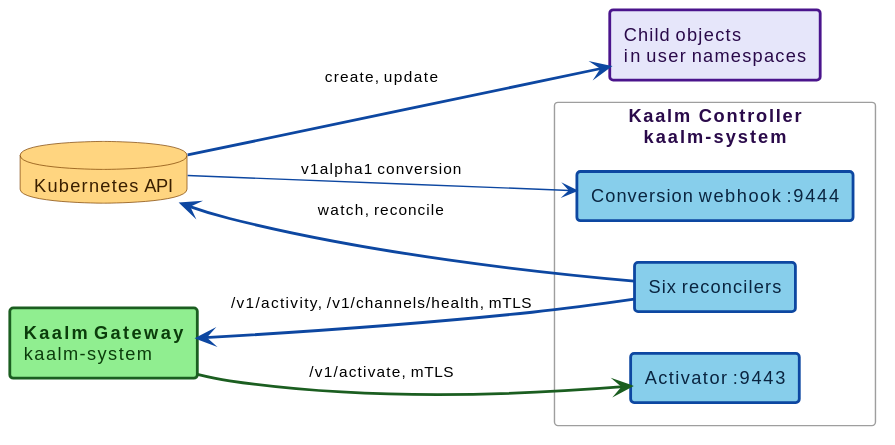
Earlier version of the PlantUML export docs/src/diagrams/system-control-plane.svg (win07xp/kaalm). Source of this version:
```plantuml
@startuml
!include _style.puml
left to right direction

rectangle "**Kaalm Controller**\nkaalm-system" as ctrl {
  rectangle "Six reconcilers" as recs #back:87CEEB;line:0D47A1;line.bold;text:0a2540
  rectangle "Activator :9443" as activator #back:87CEEB;line:0D47A1;line.bold;text:0a2540
  rectangle "Conversion webhook :9444" as conv #back:87CEEB;line:0D47A1;line.bold;text:0a2540
}
database "Kubernetes API" as apiserver
rectangle "Child objects\nin user namespaces" as users #back:E6E6FA;line:4A148C;line.bold;text:2a0a4a
rectangle "**Kaalm Gateway**\nkaalm-system" as gw #back:90EE90;line:1B5E20;line.bold;text:0b3d0b

recs -[#0D47A1,bold]-> apiserver : watch, reconcile
apiserver -[#0D47A1,bold]-> users : create, update
apiserver -[#0D47A1]-> conv : v1alpha1 conversion
gw -[#1B5E20,bold]-> activator : /v1/activate, mTLS
recs -[#0D47A1,bold]-> gw : /v1/activity, /v1/channels/health, mTLS
@enduml
```
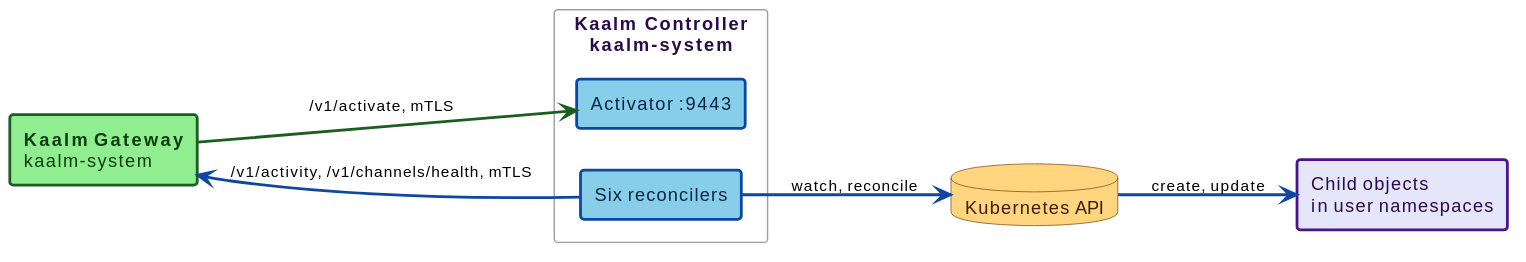
Above is the later version.

Change to the diagram source:
```diff
@@ -5,7 +5,6 @@
 rectangle "**Kaalm Controller**\nkaalm-system" as ctrl {
   rectangle "Six reconcilers" as recs #back:87CEEB;line:0D47A1;line.bold;text:0a2540
   rectangle "Activator :9443" as activator #back:87CEEB;line:0D47A1;line.bold;text:0a2540
-  rectangle "Conversion webhook :9444" as conv #back:87CEEB;line:0D47A1;line.bold;text:0a2540
 }
 database "Kubernetes API" as apiserver
 rectangle "Child objects\nin user namespaces" as users #back:E6E6FA;line:4A148C;line.bold;text:2a0a4a
@@ -13,7 +12,6 @@
 
 recs -[#0D47A1,bold]-> apiserver : watch, reconcile
 apiserver -[#0D47A1,bold]-> users : create, update
-apiserver -[#0D47A1]-> conv : v1alpha1 conversion
 gw -[#1B5E20,bold]-> activator : /v1/activate, mTLS
 recs -[#0D47A1,bold]-> gw : /v1/activity, /v1/channels/health, mTLS
 @enduml
```
